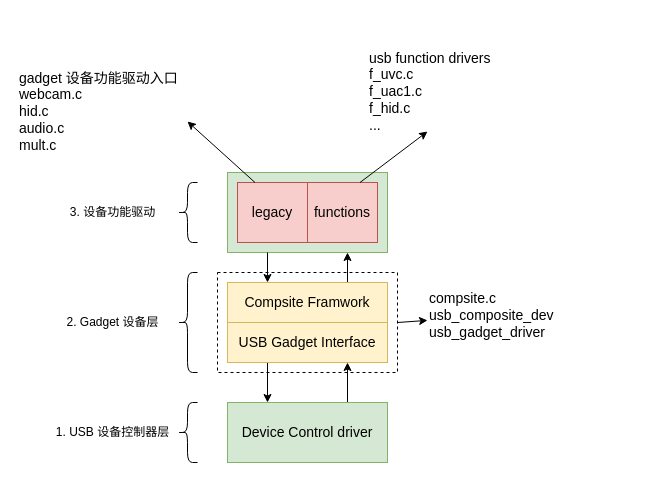
Vinson-001/Blog-flow-chart keeps this draw.io diagram as USB Gadget 驱动框架3.drawio. Above is the earlier version. Source tidied: cells renumbered, new cells numbered last; positions are measured from the earlier drawing's top-left corner, leaving out a move shared by most shapes. Both pictures are drawn from the tidied source at 100%, with x=0, y=0 at pixel (17, 51).
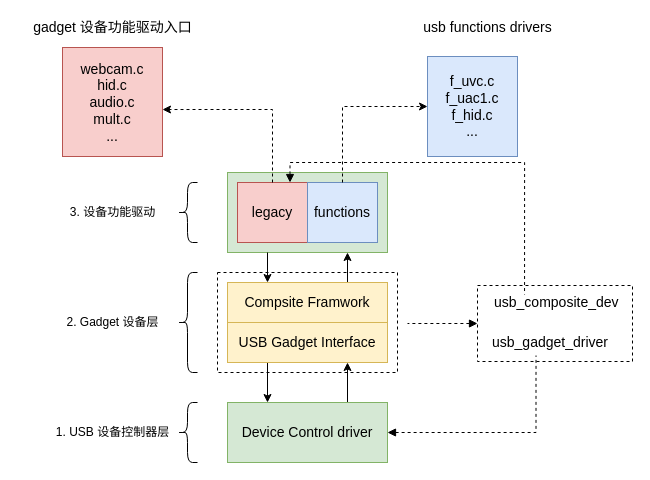
After the change.

Commit message:
更新USB Gadget 驱动框架3.drawio

Unchanged cells that the change refers to:
```xml
<mxCell id="3" style="rounded=0;whiteSpace=wrap;html=1;fillColor=none;dashed=1;" parent="1" vertex="1">
  <mxGeometry x="200" y="221" width="180" height="100" as="geometry" />
</mxCell>
<mxCell id="7" value="&lt;font style=&quot;font-size: 14px&quot;&gt;Device Control driver&lt;br&gt;&lt;/font&gt;" style="rounded=0;whiteSpace=wrap;html=1;fillColor=#d5e8d4;strokeColor=#82b366;" parent="1" vertex="1">
  <mxGeometry x="210" y="351" width="160" height="60" as="geometry" />
</mxCell>
<mxCell id="18" value="&lt;font style=&quot;font-size: 14px&quot;&gt;legacy&lt;br&gt;&lt;/font&gt;" style="rounded=0;whiteSpace=wrap;html=1;fillColor=#f8cecc;strokeColor=#b85450;" parent="16" vertex="1">
  <mxGeometry x="10" y="10" width="70" height="60" as="geometry" />
</mxCell>
```

Change to the diagram source:
```diff
@@
-    <mxCell id="2" style="edgeStyle=none;rounded=0;jettySize=auto;html=1;exitX=1;exitY=0.5;exitDx=0;exitDy=0;" parent="1" edge="1" source="3" target="25">
-      <mxGeometry relative="1" as="geometry" />
-    </mxCell>
@@
+    <mxCell id="26" style="edgeStyle=orthogonalEdgeStyle;rounded=0;jettySize=auto;html=1;exitX=1;exitY=0.5;exitDx=0;exitDy=0;entryX=0.354;entryY=1.15;entryDx=0;entryDy=0;entryPerimeter=0;dashed=1;startArrow=block;startFill=1;endArrow=none;endFill=0;" parent="1" edge="1" source="7" target="25">
+      <mxGeometry relative="1" as="geometry" />
+    </mxCell>
@@
-    <mxCell id="16" style="group;" parent="1" vertex="1">
+    <mxCell id="16" style="group;fillColor=#dae8fc;strokeColor=#6c8ebf;" parent="1" vertex="1">
       <mxGeometry x="210" y="121" width="160" height="80" as="geometry" />
     </mxCell>
@@
-    <mxCell id="19" value="&lt;font style=&quot;font-size: 14px&quot;&gt;functions&lt;br&gt;&lt;/font&gt;" style="rounded=0;whiteSpace=wrap;html=1;fillColor=#f8cecc;strokeColor=#b85450;" parent="16" vertex="1">
+    <mxCell id="19" value="&lt;font style=&quot;font-size: 14px&quot;&gt;functions&lt;br&gt;&lt;/font&gt;" style="rounded=0;whiteSpace=wrap;html=1;fillColor=#dae8fc;strokeColor=#6c8ebf;" parent="16" vertex="1">
       <mxGeometry x="80" y="10" width="70" height="60" as="geometry" />
     </mxCell>
-    <mxCell id="20" style="edgeStyle=none;rounded=0;jettySize=auto;html=1;exitX=0.25;exitY=0;exitDx=0;exitDy=0;" parent="1" edge="1" source="18">
-      <mxGeometry relative="1" as="geometry">
-        <mxPoint x="170" y="70" as="targetPoint" />
-      </mxGeometry>
-    </mxCell>
-    <mxCell id="21" value="&lt;font style=&quot;font-size: 14px&quot;&gt;gadget 设备功能驱动入口&lt;br&gt;webcam.c&lt;br&gt;hid.c&lt;br&gt;audio.c&lt;br&gt;mult.c&lt;/font&gt;" style="text;html=1;align=left;verticalAlign=middle;strokeColor=none;" parent="1" vertex="1">
-      <mxGeometry y="20" width="170" height="80" as="geometry" />
-    </mxCell>
-    <mxCell id="22" style="edgeStyle=none;rounded=0;jettySize=auto;html=1;exitX=0.75;exitY=0;exitDx=0;exitDy=0;" parent="1" edge="1" source="19">
-      <mxGeometry relative="1" as="geometry">
-        <mxPoint x="410" y="80" as="targetPoint" />
-      </mxGeometry>
-    </mxCell>
-    <mxCell id="23" value="&lt;font style=&quot;font-size: 14px&quot;&gt;usb function drivers&lt;br&gt;f_uvc.c&lt;br&gt;f_uac1.c&lt;br&gt;f_hid.c&lt;br&gt;...&lt;br&gt;&lt;/font&gt;" style="text;html=1;align=left;verticalAlign=middle;strokeColor=none;" parent="1" vertex="1">
-      <mxGeometry x="350" width="140" height="80" as="geometry" />
-    </mxCell>
@@
-    <mxCell id="25" value="&lt;font&gt;&lt;span style=&quot;font-size: 14px&quot;&gt;compsite.c&lt;br&gt;&lt;/span&gt;&lt;span style=&quot;font-size: 14px ; text-align: center&quot;&gt;usb_composite_dev&lt;/span&gt;&lt;br&gt;&lt;span style=&quot;font-size: 14px&quot;&gt;usb_gadget_driver&lt;/span&gt;&lt;br&gt;&lt;/font&gt;" style="text;html=1;align=left;verticalAlign=middle;points=[];strokeColor=none;" parent="1" vertex="1">
-      <mxGeometry x="410" y="239" width="140" height="50" as="geometry" />
+    <mxCell id="25" value="&lt;font&gt;&lt;span style=&quot;font-size: 14px&quot;&gt;usb_gadget_driver&lt;/span&gt;&lt;br&gt;&lt;/font&gt;" style="text;html=1;align=left;verticalAlign=middle;points=[];strokeColor=none;" parent="1" vertex="1">
+      <mxGeometry x="472.5" y="281" width="130" height="20" as="geometry" />
     </mxCell>
+    <mxCell id="27" value="&lt;font&gt;&lt;span style=&quot;font-size: 14px&quot;&gt;usb_composite_dev&lt;/span&gt;&lt;br&gt;&lt;/font&gt;" style="text;html=1;align=left;verticalAlign=middle;points=[];strokeColor=none;" parent="1" vertex="1">
+      <mxGeometry x="475" y="241" width="140" height="20" as="geometry" />
+    </mxCell>
+    <mxCell id="28" value="&lt;span style=&quot;font-size: 14px&quot;&gt;webcam.c&lt;/span&gt;&lt;br style=&quot;font-size: 14px&quot;&gt;&lt;span style=&quot;font-size: 14px&quot;&gt;hid.c&lt;/span&gt;&lt;br style=&quot;font-size: 14px&quot;&gt;&lt;span style=&quot;font-size: 14px&quot;&gt;audio.c&lt;/span&gt;&lt;br style=&quot;font-size: 14px&quot;&gt;&lt;span style=&quot;font-size: 14px&quot;&gt;mult.c&lt;br&gt;...&lt;br&gt;&lt;/span&gt;" style="rounded=0;whiteSpace=wrap;html=1;fillColor=#f8cecc;align=center;strokeColor=#b85450;" parent="1" vertex="1">
+      <mxGeometry x="45" y="-4" width="100" height="109" as="geometry" />
+    </mxCell>
+    <mxCell id="29" style="edgeStyle=orthogonalEdgeStyle;rounded=0;jettySize=auto;html=1;exitX=0.5;exitY=0;exitDx=0;exitDy=0;entryX=1;entryY=0.569;entryDx=0;entryDy=0;entryPerimeter=0;dashed=1;" parent="1" edge="1" source="18" target="28">
+      <mxGeometry relative="1" as="geometry" />
+    </mxCell>
+    <mxCell id="30" value="&lt;span style=&quot;font-size: 14px ; text-align: left&quot;&gt;gadget 设备功能驱动入口&lt;/span&gt;" style="text;html=1;align=center;verticalAlign=middle;strokeColor=none;" parent="1" vertex="1">
+      <mxGeometry x="10" y="-34" width="170" height="20" as="geometry" />
+    </mxCell>
+    <mxCell id="31" value="&lt;span style=&quot;font-size: 14px&quot;&gt;f_uvc.c&lt;/span&gt;&lt;br style=&quot;font-size: 14px&quot;&gt;&lt;span style=&quot;font-size: 14px&quot;&gt;f_uac1.c&lt;/span&gt;&lt;br style=&quot;font-size: 14px&quot;&gt;&lt;span style=&quot;font-size: 14px&quot;&gt;f_hid.c&lt;/span&gt;&lt;br style=&quot;font-size: 14px&quot;&gt;&lt;span style=&quot;font-size: 14px&quot;&gt;...&lt;/span&gt;" style="rounded=0;whiteSpace=wrap;html=1;align=center;fillColor=#dae8fc;strokeColor=#6c8ebf;" parent="1" vertex="1">
+      <mxGeometry x="410" y="5" width="90" height="100" as="geometry" />
+    </mxCell>
+    <mxCell id="32" style="edgeStyle=orthogonalEdgeStyle;rounded=0;jettySize=auto;html=1;exitX=0.5;exitY=0;exitDx=0;exitDy=0;entryX=0;entryY=0.5;entryDx=0;entryDy=0;dashed=1;" parent="1" edge="1" source="19" target="31">
+      <mxGeometry relative="1" as="geometry" />
+    </mxCell>
+    <mxCell id="33" value="&lt;span style=&quot;font-size: 14px ; text-align: left&quot;&gt;usb functions drivers&lt;/span&gt;" style="text;html=1;align=center;verticalAlign=middle;strokeColor=none;" parent="1" vertex="1">
+      <mxGeometry x="400" y="-34" width="140" height="20" as="geometry" />
+    </mxCell>
+    <mxCell id="34" style="edgeStyle=orthogonalEdgeStyle;rounded=0;jettySize=auto;html=1;exitX=0.75;exitY=0;exitDx=0;exitDy=0;entryX=0.229;entryY=0.1;entryDx=0;entryDy=0;entryPerimeter=0;dashed=1;endArrow=none;endFill=0;startArrow=block;startFill=1;" parent="1" edge="1" source="18" target="27">
+      <mxGeometry relative="1" as="geometry" />
+    </mxCell>
+    <mxCell id="35" style="edgeStyle=orthogonalEdgeStyle;rounded=0;jettySize=auto;html=1;exitX=0;exitY=0.5;exitDx=0;exitDy=0;dashed=1;startArrow=block;startFill=1;endArrow=none;endFill=0;" parent="1" edge="1" source="36">
+      <mxGeometry relative="1" as="geometry">
+        <mxPoint x="390" y="272" as="targetPoint" />
+      </mxGeometry>
+    </mxCell>
+    <mxCell id="36" style="rounded=0;whiteSpace=wrap;html=1;fillColor=none;align=left;dashed=1;" parent="1" vertex="1">
+      <mxGeometry x="460" y="234" width="155" height="76" as="geometry" />
+    </mxCell>
```
